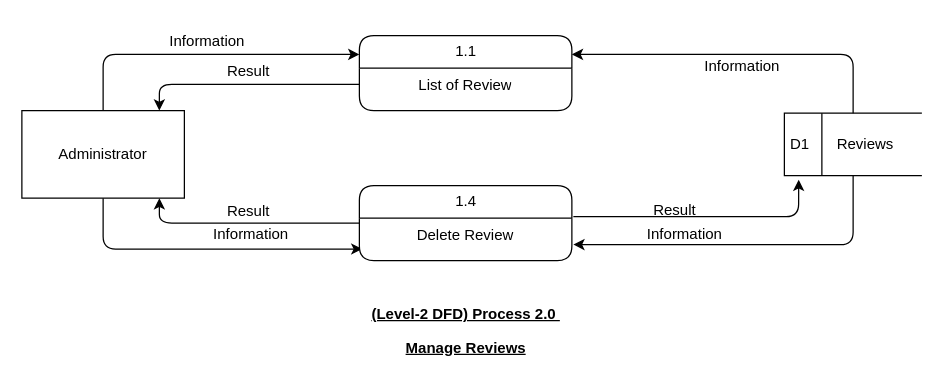
Before: page "12.0" (6 of 7) of resources/dfd/Admin/DFD-Admin.drawio in vanluong94/aptech-doccure, a draw.io diagram. Source tidied: cells renumbered, new cells numbered last; positions are measured from the earlier drawing's top-left corner, leaving out a move shared by most shapes. Both pictures are drawn from the tidied source at 125%, with x=0, y=0 at pixel (21, 35).
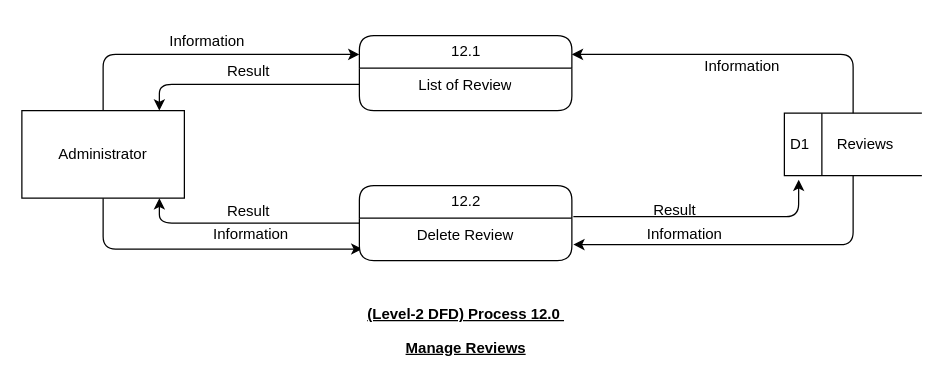
Above is the later version.

Change to the diagram source:
```diff
@@
-    <mxCell id="2" value="&lt;p class=&quot;MsoNormal&quot; style=&quot;font-size: 12px&quot;&gt;&lt;font style=&quot;font-size: 12px&quot;&gt;&lt;span style=&quot;font-size: 12px&quot;&gt;&lt;b style=&quot;font-size: 12px&quot;&gt;&lt;u style=&quot;font-size: 12px&quot;&gt;(Level-2 DFD) Process 2.0&amp;nbsp;&lt;/u&gt;&lt;/b&gt;&lt;/span&gt;&lt;/font&gt;&lt;br style=&quot;font-size: 12px&quot;&gt;&lt;/p&gt;&lt;b&gt;&lt;u&gt;Manage Reviews&lt;/u&gt;&lt;/b&gt;" style="text;html=1;align=center;verticalAlign=middle;strokeColor=none;fontFamily=Helvetica;fontColor=#000000;fontSize=12;rounded=1;" parent="1" vertex="1">
+    <mxCell id="2" value="&lt;p class=&quot;MsoNormal&quot; style=&quot;font-size: 12px&quot;&gt;&lt;font style=&quot;font-size: 12px&quot;&gt;&lt;span style=&quot;font-size: 12px&quot;&gt;&lt;b style=&quot;font-size: 12px&quot;&gt;&lt;u style=&quot;font-size: 12px&quot;&gt;(Level-2 DFD) Process 12.0&amp;nbsp;&lt;/u&gt;&lt;/b&gt;&lt;/span&gt;&lt;/font&gt;&lt;br style=&quot;font-size: 12px&quot;&gt;&lt;/p&gt;&lt;b&gt;&lt;u&gt;Manage Reviews&lt;/u&gt;&lt;/b&gt;" style="text;html=1;align=center;verticalAlign=middle;strokeColor=none;fontFamily=Helvetica;fontColor=#000000;fontSize=12;rounded=1;" parent="1" vertex="1">
       <mxGeometry x="270" y="200" width="170" height="60" as="geometry" />
     </mxCell>
@@
-    <mxCell id="4" value="1.1" style="swimlane;html=1;fontStyle=0;horizontal=1;startSize=26;swimlaneFillColor=#ffffff;align=center;shadow=0;comic=0;labelBackgroundColor=none;strokeWidth=1;fontFamily=Helvetica;fontSize=12;fontColor=#000000;rounded=1;" parent="1" vertex="1">
+    <mxCell id="4" value="12.1" style="swimlane;html=1;fontStyle=0;horizontal=1;startSize=26;swimlaneFillColor=#ffffff;align=center;shadow=0;comic=0;labelBackgroundColor=none;strokeWidth=1;fontFamily=Helvetica;fontSize=12;fontColor=#000000;rounded=1;" parent="1" vertex="1">
       <mxGeometry x="270" width="170" height="60" as="geometry" />
     </mxCell>
@@
-    <mxCell id="12" value="1.4" style="swimlane;html=1;fontStyle=0;horizontal=1;startSize=26;swimlaneFillColor=#ffffff;align=center;shadow=0;comic=0;labelBackgroundColor=none;strokeWidth=1;fontFamily=Helvetica;fontSize=12;fontColor=#000000;rounded=1;" parent="1" vertex="1">
+    <mxCell id="12" value="12.2" style="swimlane;html=1;fontStyle=0;horizontal=1;startSize=26;swimlaneFillColor=#ffffff;align=center;shadow=0;comic=0;labelBackgroundColor=none;strokeWidth=1;fontFamily=Helvetica;fontSize=12;fontColor=#000000;rounded=1;" parent="1" vertex="1">
       <mxGeometry x="270" y="120" width="170" height="60" as="geometry" />
     </mxCell>
```
